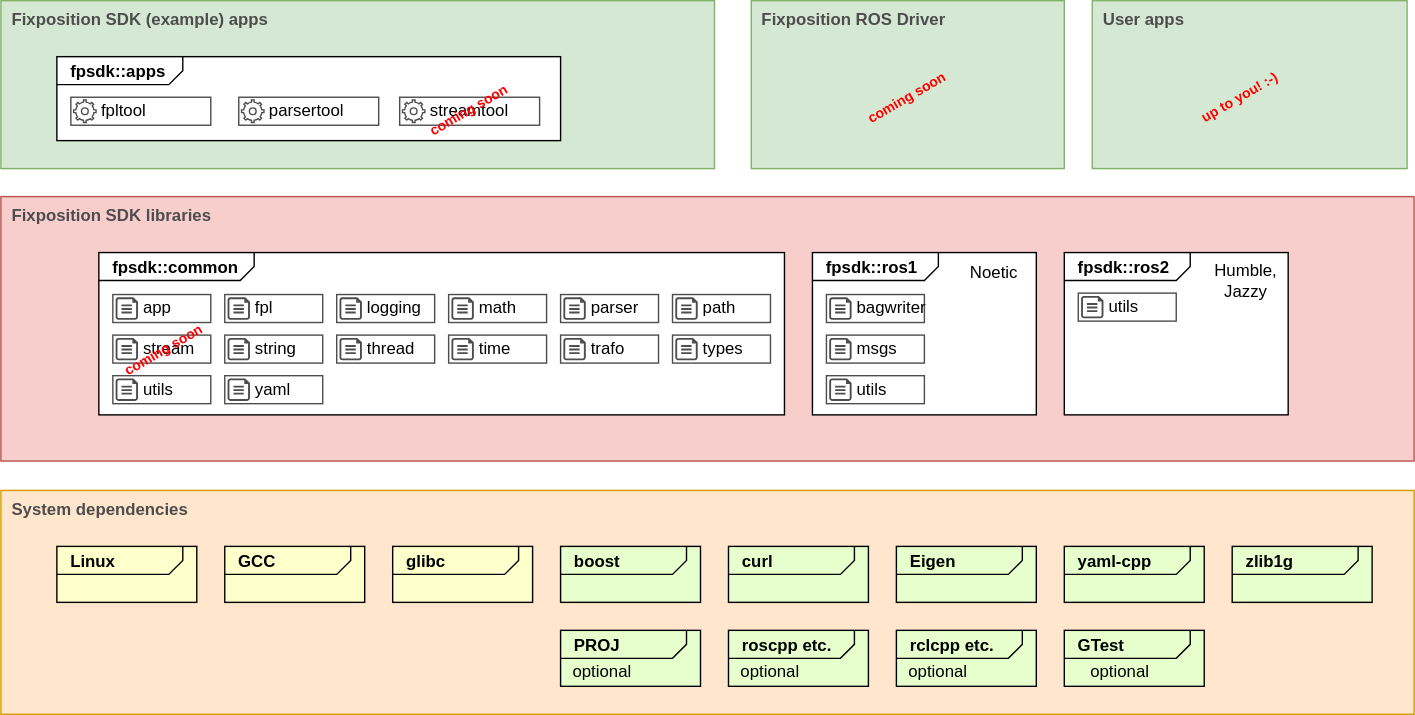
The draw.io diagram fpsdk_doc/fpsdk-overview.drawio.svg in fixposition/fixposition-sdk, before a commit. Source tidied: cells renumbered, new cells last; positions are measured from the earlier drawing's top-left corner, leaving out a move shared by most shapes.
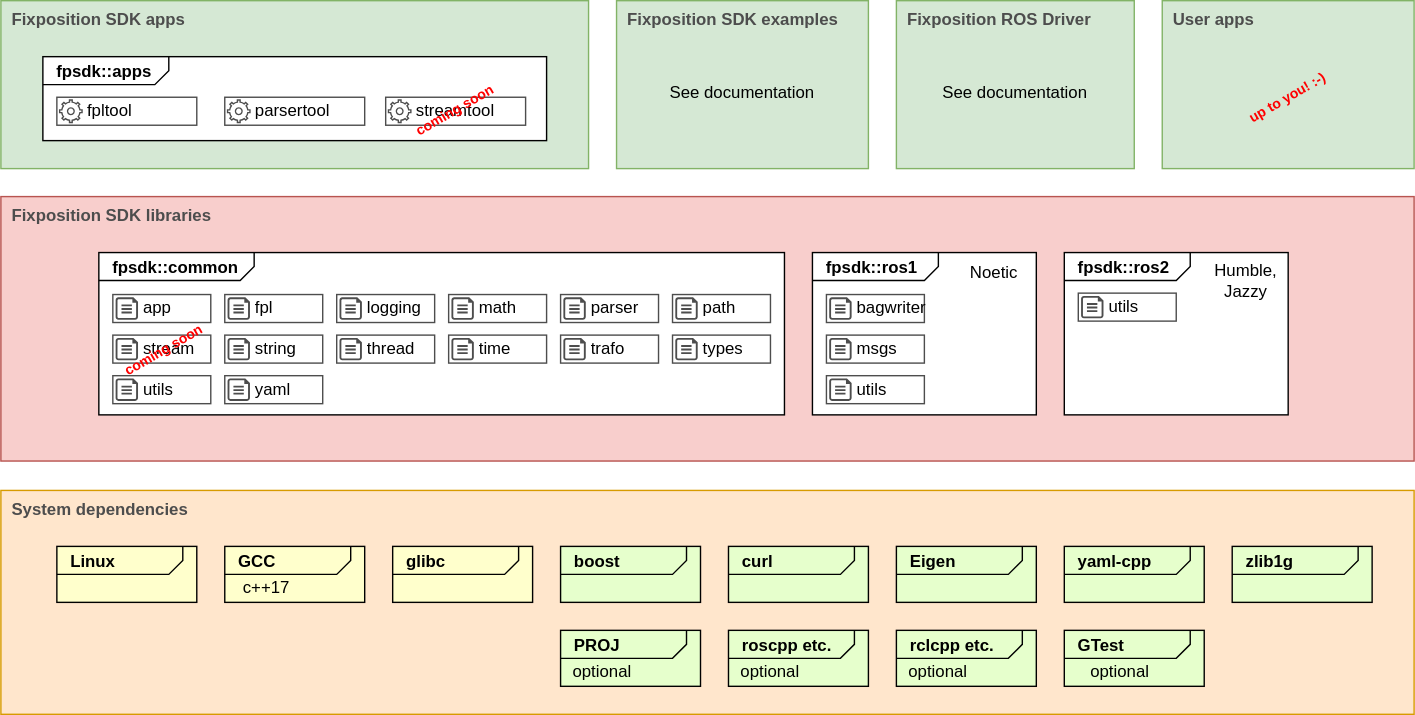
Above is the later version.

Change to the diagram source:
```diff
@@ -5,14 +5,14 @@
     <mxCell id="2" value="Fixposition SDK libraries" style="whiteSpace=wrap;html=1;strokeColor=#b85450;strokeWidth=1;fontSize=12;fillColor=#f8cecc;verticalAlign=top;align=left;fontStyle=1;spacingLeft=6;fontColor=#4D4D4D;" parent="1" vertex="1">
       <mxGeometry y="140" width="1010" height="189" as="geometry" />
     </mxCell>
-    <mxCell id="3" value="Fixposition SDK (example) apps" style="whiteSpace=wrap;html=1;strokeColor=#82b366;strokeWidth=1;fontSize=12;fillColor=#d5e8d4;verticalAlign=top;align=left;fontStyle=1;spacingLeft=6;fontColor=#4D4D4D;" parent="1" vertex="1">
-      <mxGeometry width="510" height="120" as="geometry" />
+    <mxCell id="3" value="Fixposition SDK apps" style="whiteSpace=wrap;html=1;strokeColor=#82b366;strokeWidth=1;fontSize=12;fillColor=#d5e8d4;verticalAlign=top;align=left;fontStyle=1;spacingLeft=6;fontColor=#4D4D4D;" parent="1" vertex="1">
+      <mxGeometry width="420" height="120" as="geometry" />
     </mxCell>
     <mxCell id="4" value="System dependencies" style="whiteSpace=wrap;html=1;strokeColor=#d79b00;strokeWidth=1;fontSize=12;fillColor=#ffe6cc;verticalAlign=top;align=left;fontStyle=1;spacingLeft=6;fontColor=#4D4D4D;" parent="1" vertex="1">
       <mxGeometry y="350" width="1010" height="160" as="geometry" />
     </mxCell>
     <mxCell id="5" value="&lt;p style=&quot;margin:0px;margin-top:4px;margin-left:10px;text-align:left;&quot;&gt;&lt;b&gt;&lt;font style=&quot;font-size: 12px;&quot;&gt;fpsdk::apps&lt;/font&gt;&lt;/b&gt;&lt;/p&gt;" style="html=1;shape=mxgraph.sysml.package;xSize=90;align=left;spacingLeft=10;overflow=fill;" parent="1" vertex="1">
-      <mxGeometry x="40" y="40" width="360" height="60" as="geometry" />
+      <mxGeometry x="30" y="40" width="360" height="60" as="geometry" />
     </mxCell>
     <mxCell id="6" value="&lt;p style=&quot;margin:0px;margin-top:4px;margin-left:10px;text-align:left;&quot;&gt;&lt;b&gt;&lt;font style=&quot;font-size: 12px;&quot;&gt;yaml-cpp&lt;/font&gt;&lt;/b&gt;&lt;/p&gt;" style="html=1;shape=mxgraph.sysml.package;xSize=90;align=left;spacingLeft=10;overflow=fill;fillColor=#E6FFCC;" parent="1" vertex="1">
       <mxGeometry x="760" y="390" width="100" height="40" as="geometry" />
@@ -30,7 +30,7 @@
       <mxGeometry x="160" y="390" width="100" height="40" as="geometry" />
     </mxCell>
     <mxCell id="11" style="group;" parent="1" vertex="1">
-      <mxGeometry x="285" y="69" width="100" height="20" as="geometry" />
+      <mxGeometry x="275" y="69" width="100" height="20" as="geometry" />
     </mxCell>
     <mxCell id="12" style="html=1;verticalLabelPosition=bottom;align=center;labelBackgroundColor=#ffffff;verticalAlign=top;strokeWidth=1;strokeColor=#4D4D4D;shadow=0;dashed=0;shape=mxgraph.ios7.icons.settings;fontSize=12;fillColor=none;" parent="11" vertex="1">
       <mxGeometry x="2" y="2" width="16" height="16" as="geometry" />
@@ -42,7 +42,7 @@
       <mxGeometry x="14.3" y="4.3" width="71.3" height="11.3" as="geometry" />
     </mxCell>
     <mxCell id="15" style="group;" parent="1" vertex="1">
-      <mxGeometry x="50" y="69" width="100" height="20" as="geometry" />
+      <mxGeometry x="40" y="69" width="100" height="20" as="geometry" />
     </mxCell>
     <mxCell id="16" style="html=1;verticalLabelPosition=bottom;align=center;labelBackgroundColor=#ffffff;verticalAlign=top;strokeWidth=1;strokeColor=#4D4D4D;shadow=0;dashed=0;shape=mxgraph.ios7.icons.settings;fontSize=12;fillColor=none;" parent="15" vertex="1">
       <mxGeometry x="2" y="2" width="16" height="16" as="geometry" />
@@ -63,7 +63,7 @@
       <mxGeometry y="4" width="71.3" height="11.3" as="geometry" />
     </mxCell>
     <mxCell id="22" style="group;" parent="1" vertex="1">
-      <mxGeometry x="170" y="69" width="100" height="20" as="geometry" />
+      <mxGeometry x="160" y="69" width="100" height="20" as="geometry" />
     </mxCell>
     <mxCell id="23" style="html=1;verticalLabelPosition=bottom;align=center;labelBackgroundColor=#ffffff;verticalAlign=top;strokeWidth=1;strokeColor=#4D4D4D;shadow=0;dashed=0;shape=mxgraph.ios7.icons.settings;fontSize=12;fillColor=none;" parent="22" vertex="1">
       <mxGeometry x="2" y="2" width="16" height="16" as="geometry" />
@@ -93,22 +93,19 @@
       <mxGeometry x="640" y="450" width="100" height="40" as="geometry" />
     </mxCell>
     <mxCell id="32" value="optional" style="text;strokeColor=none;align=center;fillColor=none;html=1;verticalAlign=middle;whiteSpace=wrap;rounded=0;" parent="1" vertex="1">
-      <mxGeometry x="520" y="465" width="60" height="30" as="geometry" />
+      <mxGeometry x="520" y="470" width="60" height="20" as="geometry" />
     </mxCell>
     <mxCell id="33" value="optional" style="text;strokeColor=none;align=center;fillColor=none;html=1;verticalAlign=middle;whiteSpace=wrap;rounded=0;" parent="1" vertex="1">
-      <mxGeometry x="640" y="465" width="60" height="30" as="geometry" />
+      <mxGeometry x="640" y="470" width="60" height="20" as="geometry" />
     </mxCell>
     <mxCell id="34" value="Fixposition ROS Driver" style="whiteSpace=wrap;html=1;strokeColor=#82b366;strokeWidth=1;fontSize=12;fillColor=#d5e8d4;verticalAlign=top;align=left;fontStyle=1;spacingLeft=6;fontColor=#4D4D4D;" parent="1" vertex="1">
-      <mxGeometry x="536.3" width="223.7" height="120" as="geometry" />
+      <mxGeometry x="640" width="170" height="120" as="geometry" />
     </mxCell>
     <mxCell id="35" value="User apps" style="whiteSpace=wrap;html=1;strokeColor=#82b366;strokeWidth=1;fontSize=12;fillColor=#d5e8d4;verticalAlign=top;align=left;fontStyle=1;spacingLeft=6;fontColor=#4D4D4D;" parent="1" vertex="1">
-      <mxGeometry x="780" width="225" height="120" as="geometry" />
+      <mxGeometry x="830" width="180" height="120" as="geometry" />
     </mxCell>
-    <mxCell id="36" value="coming soon" style="text;strokeColor=none;align=center;fillColor=none;html=1;verticalAlign=middle;whiteSpace=wrap;rounded=0;fontColor=#FF0000;fontStyle=1;rotation=-30;opacity=25;spacing=0;fontSize=10;spacingTop=-2;" parent="1" vertex="1">
-      <mxGeometry x="612.5" y="64.3" width="71.3" height="11.3" as="geometry" />
-    </mxCell>
     <mxCell id="37" value="up to you! :-)" style="text;strokeColor=none;align=center;fillColor=none;html=1;verticalAlign=middle;whiteSpace=wrap;rounded=0;fontColor=#FF0000;fontStyle=1;rotation=-30;opacity=25;spacing=0;fontSize=10;spacingTop=-2;" parent="1" vertex="1">
-      <mxGeometry x="850" y="64.3" width="71.3" height="11.3" as="geometry" />
+      <mxGeometry x="884.4" y="64.3" width="71.3" height="11.3" as="geometry" />
     </mxCell>
     <mxCell id="38" value="&lt;p style=&quot;margin:0px;margin-top:4px;margin-left:10px;text-align:left;&quot;&gt;&lt;b&gt;&lt;font style=&quot;font-size: 12px;&quot;&gt;fpsdk::common&lt;/font&gt;&lt;/b&gt;&lt;/p&gt;" style="html=1;shape=mxgraph.sysml.package;xSize=90;align=left;spacingLeft=10;overflow=fill;labelX=111;" parent="1" vertex="1">
       <mxGeometry x="70" y="180" width="490" height="116" as="geometry" />
@@ -267,10 +264,10 @@
       <mxGeometry x="2" y="2" width="16" height="16" as="geometry" />
     </mxCell>
     <mxCell id="90" value="optional" style="text;strokeColor=none;align=center;fillColor=none;html=1;verticalAlign=middle;whiteSpace=wrap;rounded=0;" parent="1" vertex="1">
-      <mxGeometry x="400" y="465" width="60" height="30" as="geometry" />
+      <mxGeometry x="400" y="470" width="60" height="20" as="geometry" />
     </mxCell>
     <mxCell id="91" value="optional" style="text;strokeColor=none;align=center;fillColor=none;html=1;verticalAlign=middle;whiteSpace=wrap;rounded=0;" parent="1" vertex="1">
-      <mxGeometry x="760" y="465" width="80" height="30" as="geometry" />
+      <mxGeometry x="760" y="470" width="80" height="20" as="geometry" />
     </mxCell>
     <mxCell id="92" value="Noetic" style="text;strokeColor=none;align=center;fillColor=none;html=1;verticalAlign=middle;whiteSpace=wrap;rounded=0;" parent="1" vertex="1">
       <mxGeometry x="680" y="179" width="60" height="31" as="geometry" />
@@ -296,5 +293,17 @@
     <mxCell id="99" style="verticalLabelPosition=bottom;html=1;verticalAlign=top;align=center;strokeColor=none;fillColor=#4D4D4D;shape=mxgraph.azure.cloud_services_configuration_file;fontSize=12;" parent="97" vertex="1">
       <mxGeometry x="2" y="2" width="16" height="16" as="geometry" />
     </mxCell>
+    <mxCell id="100" value="c++17" style="text;strokeColor=none;align=center;fillColor=none;html=1;verticalAlign=middle;whiteSpace=wrap;rounded=0;" parent="1" vertex="1">
+      <mxGeometry x="160" y="410" width="60" height="20" as="geometry" />
+    </mxCell>
+    <mxCell id="101" value="Fixposition SDK examples" style="whiteSpace=wrap;html=1;strokeColor=#82b366;strokeWidth=1;fontSize=12;fillColor=#d5e8d4;verticalAlign=top;align=left;fontStyle=1;spacingLeft=6;fontColor=#4D4D4D;" parent="1" vertex="1">
+      <mxGeometry x="440" width="180" height="120" as="geometry" />
+    </mxCell>
+    <mxCell id="102" value="See documentation" style="text;strokeColor=none;align=center;fillColor=none;html=1;verticalAlign=middle;whiteSpace=wrap;rounded=0;" parent="1" vertex="1">
+      <mxGeometry x="470" y="55.7" width="120" height="20" as="geometry" />
+    </mxCell>
+    <mxCell id="103" value="See documentation" style="text;strokeColor=none;align=center;fillColor=none;html=1;verticalAlign=middle;whiteSpace=wrap;rounded=0;" parent="1" vertex="1">
+      <mxGeometry x="665" y="55.7" width="120" height="20" as="geometry" />
+    </mxCell>
   </root>
 </mxGraphModel>
```
